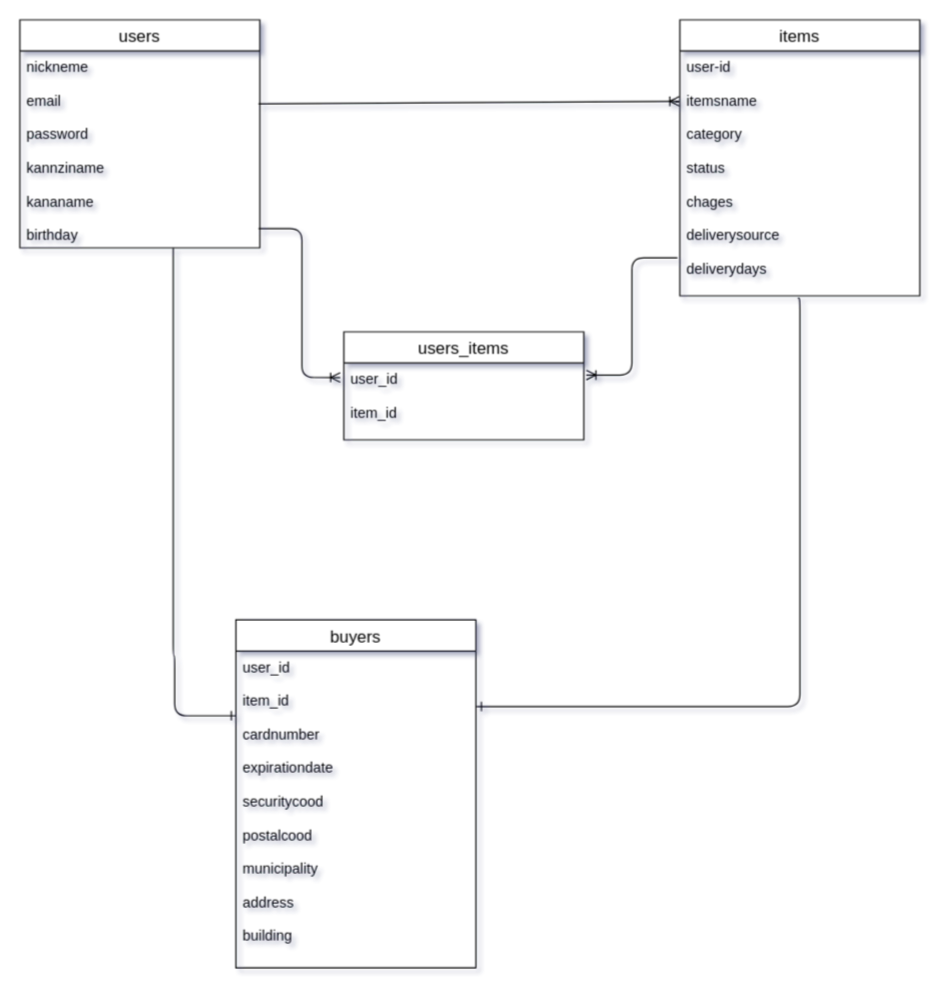
Above: ER_create.dio in torai1783/furima-28115 (draw.io), before the change. Source tidied: cells renumbered, new cells numbered last; positions are measured from the earlier drawing's top-left corner, leaving out a move shared by most shapes. Both pictures are drawn from the tidied source at 120%, with x=0, y=0 at pixel (19, 19).
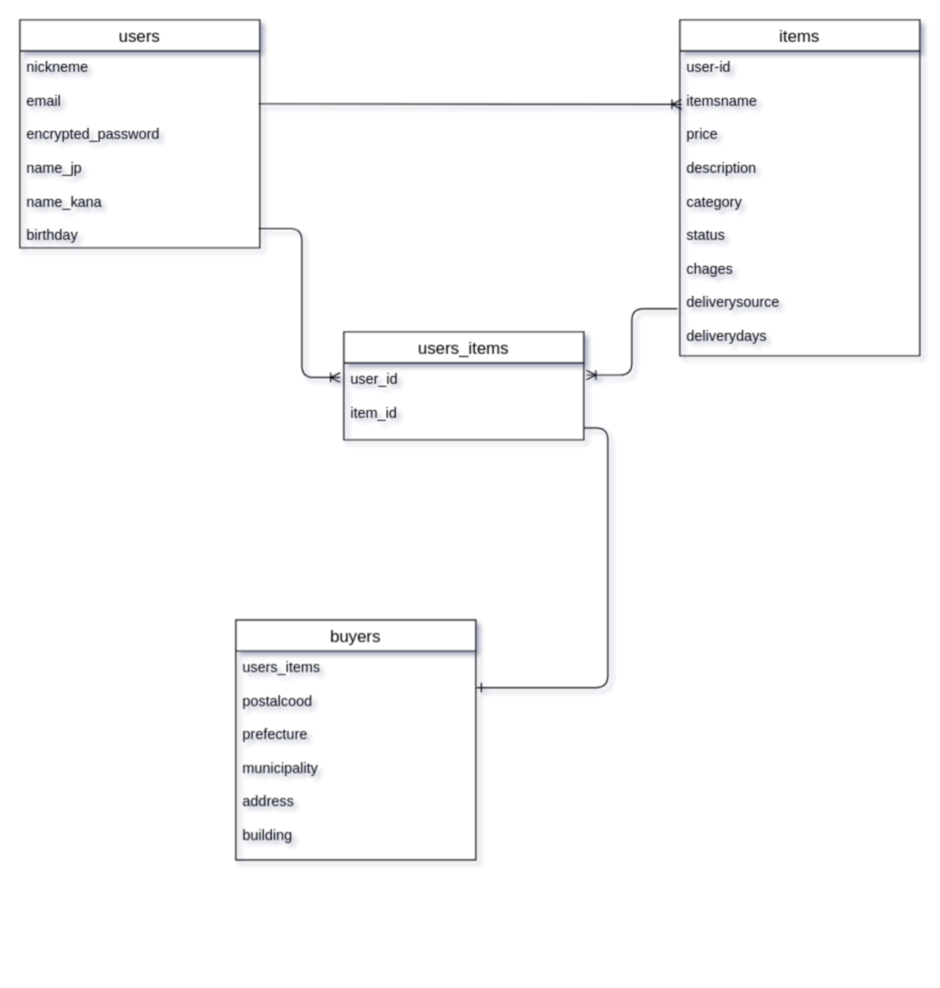
Above is the later version.

Commit message (it also covers changes not shown here):
テーブル設計3

The edit, as a diff of the source:
```diff
@@
 <mxGraphModel shadow="1">
   <root>
     <mxCell id="0" />
     <mxCell id="1" parent="0" />
     <mxCell id="2" value="items" style="swimlane;fontStyle=0;horizontal=1;startSize=26;align=center;fontSize=14;" parent="1" vertex="1">
-      <mxGeometry x="550" width="200" height="230" as="geometry" />
+      <mxGeometry x="550" width="200" height="280" as="geometry" />
     </mxCell>
-    <mxCell id="3" value="user-id&#10;&#10;itemsname&#10;&#10;category&#10;&#10;status&#10;&#10;chages&#10;&#10;deliverysource&#10;&#10;deliverydays&#10;&#10;" style="text;strokeColor=none;fillColor=none;spacingLeft=4;spacingRight=4;overflow=hidden;points=[[0,0.5],[1,0.5]];portConstraint=eastwest;fontSize=12;" parent="2" vertex="1">
-      <mxGeometry y="26" width="200" height="204" as="geometry" />
+    <mxCell id="3" value="user-id&#10;&#10;itemsname&#10;&#10;price&#10;&#10;description&#10;&#10;category&#10;&#10;status&#10;&#10;chages&#10;&#10;deliverysource&#10;&#10;deliverydays&#10;&#10;" style="text;strokeColor=none;fillColor=none;spacingLeft=4;spacingRight=4;overflow=hidden;points=[[0,0.5],[1,0.5]];portConstraint=eastwest;fontSize=12;" parent="2" vertex="1">
+      <mxGeometry y="26" width="200" height="254" as="geometry" />
     </mxCell>
     <mxCell id="4" value="users_items" style="swimlane;fontStyle=0;horizontal=1;startSize=26;align=center;fontSize=14;" parent="1" vertex="1">
       <mxGeometry x="270" y="260" width="200" height="90" as="geometry" />
     </mxCell>
     <mxCell id="5" value="user_id&#10;&#10;item_id" style="text;strokeColor=none;fillColor=none;spacingLeft=4;spacingRight=4;overflow=hidden;points=[[0,0.5],[1,0.5]];portConstraint=eastwest;fontSize=12;" parent="4" vertex="1">
       <mxGeometry y="26" width="200" height="64" as="geometry" />
     </mxCell>
     <mxCell id="6" value="users" style="swimlane;fontStyle=0;horizontal=1;startSize=26;align=center;fontSize=14;" parent="1" vertex="1">
       <mxGeometry width="200" height="190" as="geometry" />
     </mxCell>
-    <mxCell id="7" value="nickneme&#10;&#10;email&#10;&#10;password&#10;&#10;kannziname&#10;&#10;kananame&#10;&#10;birthday" style="text;strokeColor=none;fillColor=none;spacingLeft=4;spacingRight=4;overflow=hidden;points=[[0,0.5],[1,0.5]];portConstraint=eastwest;fontSize=12;" parent="6" vertex="1">
+    <mxCell id="7" value="nickneme&#10;&#10;email&#10;&#10;encrypted_password&#10;&#10;name_jp&#10;&#10;name_kana&#10;&#10;birthday" style="text;strokeColor=none;fillColor=none;spacingLeft=4;spacingRight=4;overflow=hidden;points=[[0,0.5],[1,0.5]];portConstraint=eastwest;fontSize=12;" parent="6" vertex="1">
       <mxGeometry y="26" width="200" height="164" as="geometry" />
     </mxCell>
     <mxCell id="8" style="edgeStyle=orthogonalEdgeStyle;fontSize=12;html=1;endArrow=ERoneToMany;exitX=-0.01;exitY=0.845;exitDx=0;exitDy=0;exitPerimeter=0;entryX=1.01;entryY=0.156;entryDx=0;entryDy=0;entryPerimeter=0;" parent="1" edge="1" source="3" target="5">
       <mxGeometry relative="1" as="geometry" />
     </mxCell>
     <mxCell id="9" style="edgeStyle=orthogonalEdgeStyle;fontSize=12;html=1;endArrow=ERoneToMany;exitX=0.995;exitY=0.902;exitDx=0;exitDy=0;exitPerimeter=0;entryX=-0.015;entryY=0.188;entryDx=0;entryDy=0;entryPerimeter=0;" parent="1" edge="1" source="7" target="5">
       <mxGeometry relative="1" as="geometry" />
     </mxCell>
-    <mxCell id="10" style="fontSize=12;html=1;endArrow=ERoneToMany;exitX=0.995;exitY=0.268;exitDx=0;exitDy=0;exitPerimeter=0;entryX=-0.002;entryY=0.205;entryDx=0;entryDy=0;entryPerimeter=0;" parent="1" edge="1" source="7" target="3">
+    <mxCell id="10" style="fontSize=12;html=1;endArrow=ERoneToMany;exitX=0.995;exitY=0.268;exitDx=0;exitDy=0;exitPerimeter=0;entryX=0.007;entryY=0.175;entryDx=0;entryDy=0;entryPerimeter=0;" parent="1" edge="1" source="7" target="3">
       <mxGeometry relative="1" as="geometry" />
     </mxCell>
     <mxCell id="11" value="buyers" style="swimlane;fontStyle=0;horizontal=1;startSize=26;align=center;fontSize=14;" parent="1" vertex="1">
-      <mxGeometry x="180" y="500" width="200" height="290" as="geometry" />
+      <mxGeometry x="180" y="500" width="200" height="200" as="geometry" />
     </mxCell>
-    <mxCell id="12" value="user_id&#10;&#10;item_id&#10;&#10;cardnumber&#10;&#10;expirationdate&#10;&#10;securitycood&#10;&#10;postalcood&#10;&#10;municipality&#10;&#10;address&#10;&#10;building" style="text;strokeColor=none;fillColor=none;spacingLeft=4;spacingRight=4;overflow=hidden;points=[[0,0.5],[1,0.5]];portConstraint=eastwest;fontSize=12;" parent="11" vertex="1">
-      <mxGeometry y="26" width="200" height="264" as="geometry" />
+    <mxCell id="12" value="users_items&#10;&#10;postalcood&#10;&#10;prefecture&#10;  &#10;municipality&#10;&#10;address&#10;&#10;building" style="text;strokeColor=none;fillColor=none;spacingLeft=4;spacingRight=4;overflow=hidden;points=[[0,0.5],[1,0.5]];portConstraint=eastwest;fontSize=12;" parent="11" vertex="1">
+      <mxGeometry y="26" width="200" height="174" as="geometry" />
     </mxCell>
-    <mxCell id="13" style="edgeStyle=orthogonalEdgeStyle;fontSize=12;html=1;endArrow=ERone;endFill=1;entryX=1.003;entryY=0.175;entryDx=0;entryDy=0;entryPerimeter=0;exitX=0.492;exitY=1.009;exitDx=0;exitDy=0;exitPerimeter=0;" parent="1" edge="1" source="3" target="12">
+    <mxCell id="13" style="edgeStyle=orthogonalEdgeStyle;fontSize=12;html=1;endArrow=ERone;endFill=1;entryX=1.003;entryY=0.175;entryDx=0;entryDy=0;entryPerimeter=0;exitX=1;exitY=0.844;exitDx=0;exitDy=0;exitPerimeter=0;" parent="1" edge="1" source="5" target="12">
       <mxGeometry relative="1" as="geometry">
         <Array as="points">
-          <mxPoint x="650" y="232" />
-          <mxPoint x="650" y="572" />
+          <mxPoint x="490" y="340" />
+          <mxPoint x="490" y="556" />
         </Array>
       </mxGeometry>
     </mxCell>
-    <mxCell id="14" style="edgeStyle=orthogonalEdgeStyle;fontSize=12;html=1;endArrow=ERone;endFill=1;exitX=0.492;exitY=1.009;exitDx=0;exitDy=0;exitPerimeter=0;entryX=0.001;entryY=0.204;entryDx=0;entryDy=0;entryPerimeter=0;" parent="1" edge="1" target="12">
-      <mxGeometry relative="1" as="geometry">
-        <mxPoint x="127.8" y="190" as="sourcePoint" />
-        <Array as="points">
-          <mxPoint x="128" y="530" />
-          <mxPoint x="129" y="580" />
-        </Array>
-      </mxGeometry>
-    </mxCell>
   </root>
 </mxGraphModel>
```
